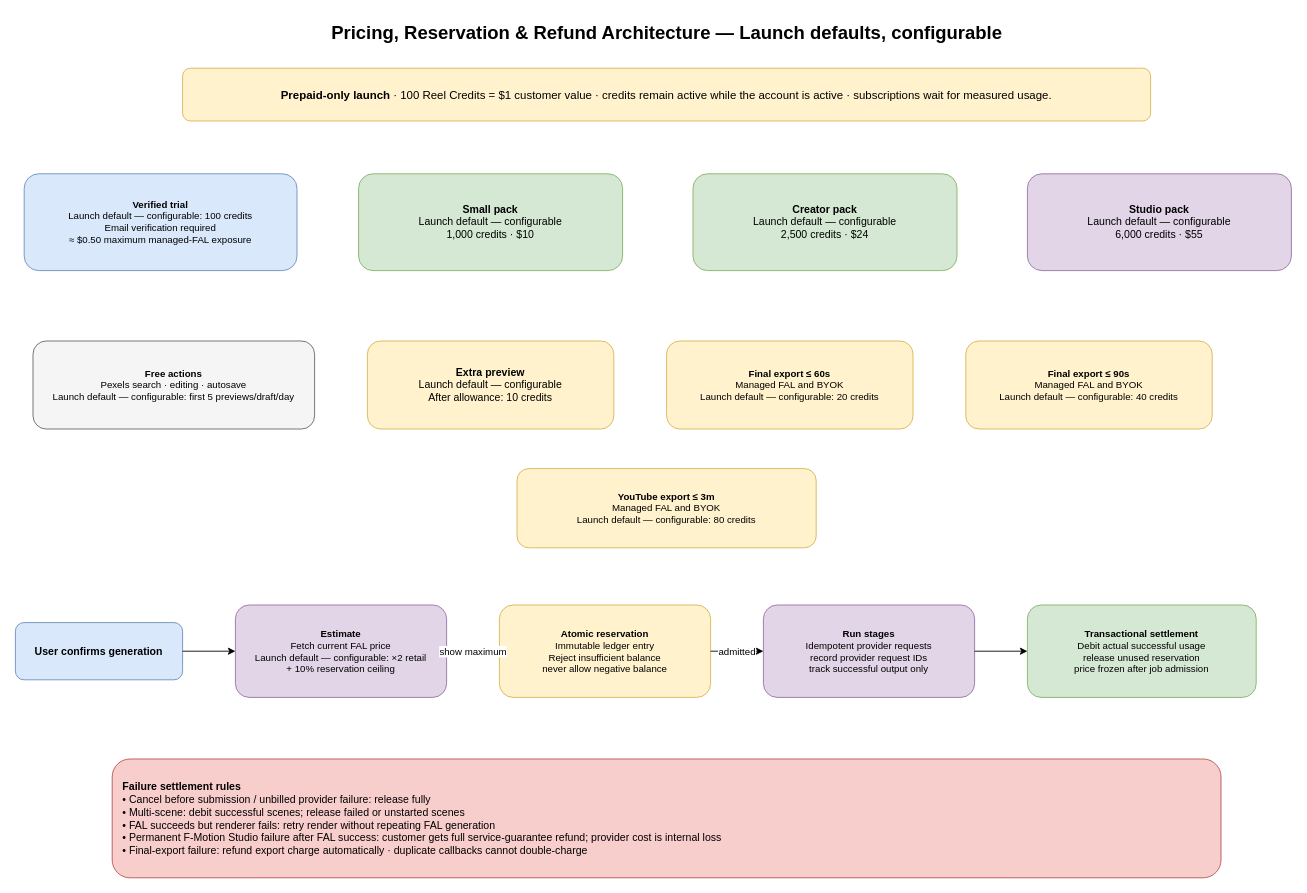
Earlier version of the draw.io diagram page "6. Pricing & Credit Settlement" (6 of 11) of docs/architecture/f-motion.drawio (ivanillka/f-motion). Source tidied: cells renumbered, new cells numbered last; positions are measured from the earlier drawing's top-left corner, leaving out a move shared by most shapes. Both pictures are drawn from the tidied source at 88%, with x=0, y=0 at pixel (15, 15).
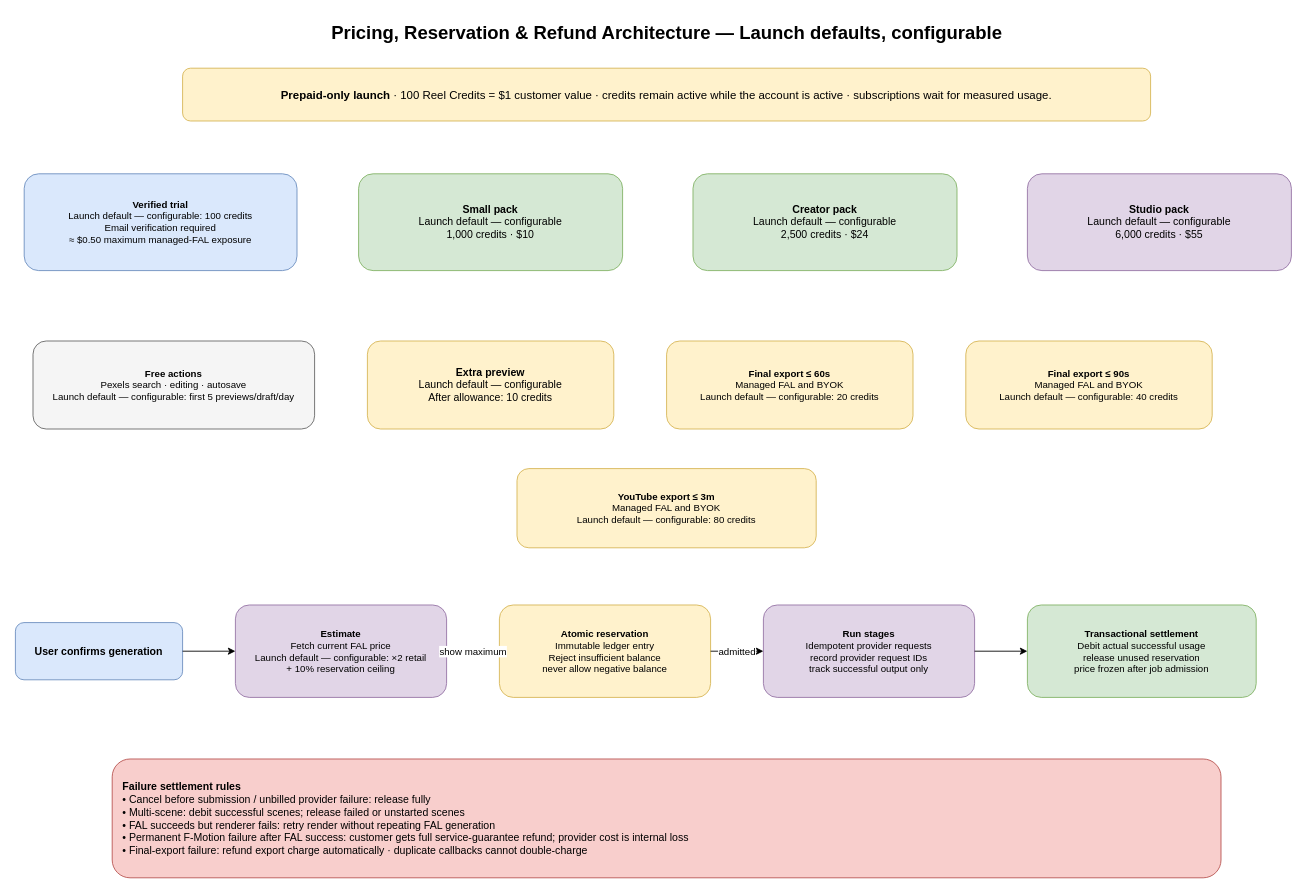
The same diagram, later.

Commit message (it also covers changes not shown here):
Refine F-Motion design gate

Change to the diagram source:
```diff
@@
-    <mxCell id="18" value="&lt;b&gt;Failure settlement rules&lt;/b&gt;&lt;br&gt;• Cancel before submission / unbilled provider failure: release fully&lt;br&gt;• Multi-scene: debit successful scenes; release failed or unstarted scenes&lt;br&gt;• FAL succeeds but renderer fails: retry render without repeating FAL generation&lt;br&gt;• Permanent F-Motion Studio failure after FAL success: customer gets full service-guarantee refund; provider cost is internal loss&lt;br&gt;• Final-export failure: refund export charge automatically · duplicate callbacks cannot double-charge" style="rounded=1;whiteSpace=wrap;html=1;fillColor=#f8cecc;strokeColor=#b85450;fontSize=12;align=left;spacingLeft=10;" parent="1" vertex="1">
+    <mxCell id="18" value="&lt;b&gt;Failure settlement rules&lt;/b&gt;&lt;br&gt;• Cancel before submission / unbilled provider failure: release fully&lt;br&gt;• Multi-scene: debit successful scenes; release failed or unstarted scenes&lt;br&gt;• FAL succeeds but renderer fails: retry render without repeating FAL generation&lt;br&gt;• Permanent F-Motion failure after FAL success: customer gets full service-guarantee refund; provider cost is internal loss&lt;br&gt;• Final-export failure: refund export charge automatically · duplicate callbacks cannot double-charge" style="rounded=1;whiteSpace=wrap;html=1;fillColor=#f8cecc;strokeColor=#b85450;fontSize=12;align=left;spacingLeft=10;" parent="1" vertex="1">
       <mxGeometry x="110" y="845" width="1260" height="135" as="geometry" />
     </mxCell>
```
